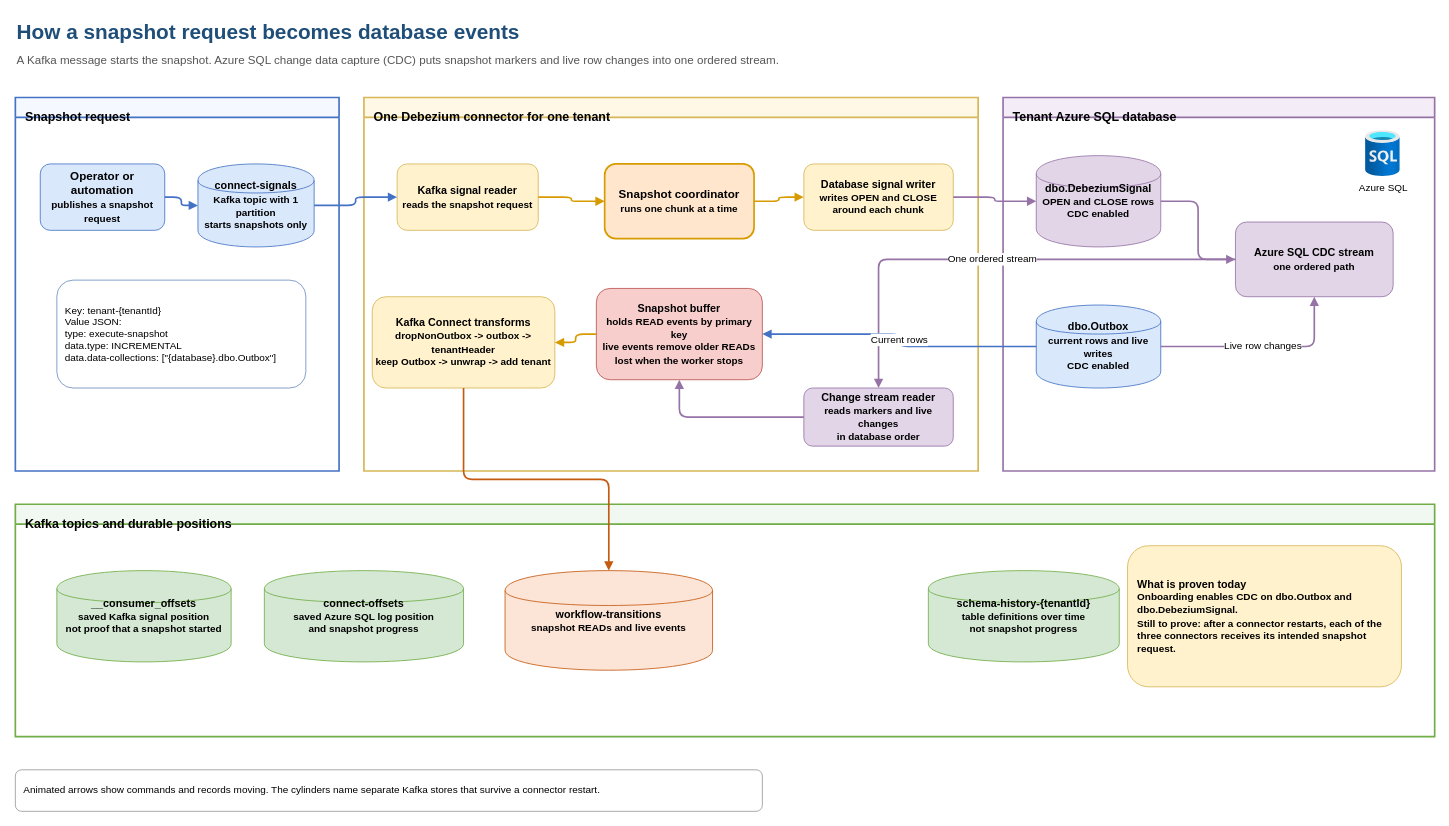
Before: docs/diagrams/incremental-snapshot-channels.drawio in collaborationwithothers/cdc-platform-azure, a draw.io diagram. Source tidied: cells renumbered, new cells numbered last; positions are measured from the earlier drawing's top-left corner, leaving out a move shared by most shapes. Both pictures are drawn from the tidied source at 83%, with x=0, y=0 at pixel (15, 14).
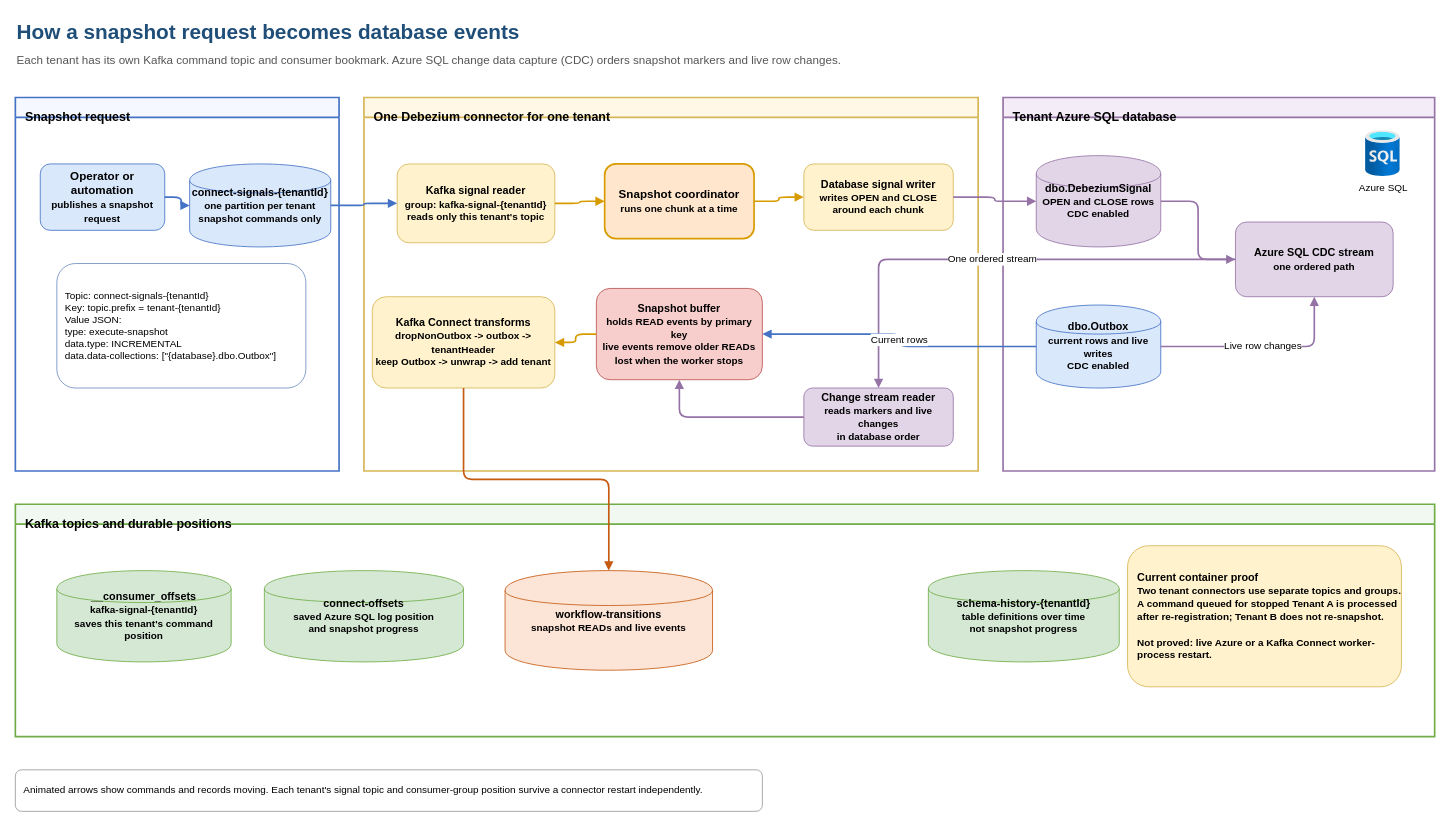
The same diagram, later.

Commit message (it also covers changes not shown here):
Align signal isolation diagrams and test guide

The change refers to these unchanged cells:
```xml
<mxCell id="4" value="Snapshot request" style="swimlane;startSize=24;whiteSpace=wrap;html=1;fillColor=#f5f9ff;strokeColor=#4472c4;strokeWidth=2;verticalAlign=top;align=left;spacingLeft=10;spacingTop=8;fontSize=15;fontStyle=1;" parent="1" vertex="1">
  <mxGeometry y="100" width="390" height="450" as="geometry" />
</mxCell>
<mxCell id="5" value="One Debezium connector for one tenant" style="swimlane;startSize=24;whiteSpace=wrap;html=1;fillColor=#fff8e6;strokeColor=#d6b656;strokeWidth=2;verticalAlign=top;align=left;spacingLeft=10;spacingTop=8;fontSize=15;fontStyle=1;" parent="1" vertex="1">
  <mxGeometry x="420" y="100" width="740" height="450" as="geometry" />
</mxCell>
<mxCell id="19" value="Kafka topics and durable positions" style="swimlane;startSize=24;whiteSpace=wrap;html=1;fillColor=#f1f8f1;strokeColor=#70ad47;strokeWidth=2;verticalAlign=top;align=left;spacingLeft=10;spacingTop=8;fontSize=15;fontStyle=1;" parent="1" vertex="1">
  <mxGeometry y="590" width="1710" height="280" as="geometry" />
</mxCell>
```

What changed in the source:
```diff
@@
-    <mxCell id="3" value="A Kafka message starts the snapshot. Azure SQL change data capture (CDC) puts snapshot markers and live row changes into one ordered stream." style="text;html=1;align=left;verticalAlign=middle;fontSize=14;fontColor=#555555;" parent="1" vertex="1">
+    <mxCell id="3" value="Each tenant has its own Kafka command topic and consumer bookmark. Azure SQL change data capture (CDC) orders snapshot markers and live row changes." style="text;html=1;align=left;verticalAlign=middle;fontSize=14;fontColor=#555555;" parent="1" vertex="1">
       <mxGeometry y="40" width="1300" height="30" as="geometry" />
     </mxCell>
@@
-    <mxCell id="8" value="connect-signals&lt;br&gt;&lt;font style=&quot;font-size:12px&quot;&gt;Kafka topic with 1 partition&lt;br&gt;starts snapshots only&lt;/font&gt;" style="shape=cylinder;whiteSpace=wrap;html=1;fillColor=#dae8fc;strokeColor=#4472c4;fontSize=13;fontStyle=1;" parent="4" vertex="1">
-      <mxGeometry x="220" y="80" width="140" height="100" as="geometry" />
+    <mxCell id="8" value="connect-signals-{tenantId}&lt;br&gt;&lt;font style=&quot;font-size:12px&quot;&gt;one partition per tenant&lt;br&gt;snapshot commands only&lt;/font&gt;" style="shape=cylinder;whiteSpace=wrap;html=1;fillColor=#dae8fc;strokeColor=#4472c4;fontSize=13;fontStyle=1;" parent="4" vertex="1">
+      <mxGeometry x="210" y="80" width="170" height="100" as="geometry" />
     </mxCell>
-    <mxCell id="9" value="Key: tenant-{tenantId}&lt;br&gt;Value JSON:&lt;br&gt;type: execute-snapshot&lt;br&gt;data.type: INCREMENTAL&lt;br&gt;data.data-collections: [&quot;{database}.dbo.Outbox&quot;]" style="rounded=1;whiteSpace=wrap;html=1;fillColor=#ffffff;strokeColor=#6c8ebf;fontSize=12;align=left;spacingLeft=8;" parent="4" vertex="1">
-      <mxGeometry x="50" y="220" width="300" height="130" as="geometry" />
+    <mxCell id="9" value="Topic: connect-signals-{tenantId}&lt;br&gt;Key: topic.prefix = tenant-{tenantId}&lt;br&gt;Value JSON:&lt;br&gt;type: execute-snapshot&lt;br&gt;data.type: INCREMENTAL&lt;br&gt;data.data-collections: [&quot;{database}.dbo.Outbox&quot;]" style="rounded=1;whiteSpace=wrap;html=1;fillColor=#ffffff;strokeColor=#6c8ebf;fontSize=12;align=left;spacingLeft=8;" parent="4" vertex="1">
+      <mxGeometry x="50" y="200" width="300" height="150" as="geometry" />
     </mxCell>
-    <mxCell id="10" value="Kafka signal reader&lt;br&gt;&lt;font style=&quot;font-size:12px&quot;&gt;reads the snapshot request&lt;/font&gt;" style="rounded=1;whiteSpace=wrap;html=1;fillColor=#fff2cc;strokeColor=#d6b656;fontSize=13;fontStyle=1;" parent="5" vertex="1">
-      <mxGeometry x="40" y="80" width="170" height="80" as="geometry" />
+    <mxCell id="10" value="Kafka signal reader&lt;br&gt;&lt;font style=&quot;font-size:12px&quot;&gt;group: kafka-signal-{tenantId}&lt;br&gt;reads only this tenant's topic&lt;/font&gt;" style="rounded=1;whiteSpace=wrap;html=1;fillColor=#fff2cc;strokeColor=#d6b656;fontSize=13;fontStyle=1;" parent="5" vertex="1">
+      <mxGeometry x="40" y="80" width="190" height="95" as="geometry" />
     </mxCell>
@@
-    <mxCell id="20" value="__consumer_offsets&lt;br&gt;&lt;font style=&quot;font-size:12px&quot;&gt;saved Kafka signal position&lt;br&gt;not proof that a snapshot started&lt;/font&gt;" style="shape=cylinder;whiteSpace=wrap;html=1;fillColor=#d5e8d4;strokeColor=#70ad47;fontSize=13;fontStyle=1;" parent="19" vertex="1">
+    <mxCell id="20" value="__consumer_offsets&lt;br&gt;&lt;font style=&quot;font-size:12px&quot;&gt;kafka-signal-{tenantId}&lt;br&gt;saves this tenant's command position&lt;/font&gt;" style="shape=cylinder;whiteSpace=wrap;html=1;fillColor=#d5e8d4;strokeColor=#70ad47;fontSize=13;fontStyle=1;" parent="19" vertex="1">
       <mxGeometry x="50" y="80" width="210" height="110" as="geometry" />
     </mxCell>
@@
-    <mxCell id="24" value="What is proven today&lt;br&gt;&lt;font style=&quot;font-size:12px&quot;&gt;Onboarding enables CDC on dbo.Outbox and dbo.DebeziumSignal.&lt;br&gt;Still to prove: after a connector restarts, each of the three connectors receives its intended snapshot request.&lt;/font&gt;" style="rounded=1;whiteSpace=wrap;html=1;fillColor=#fff2cc;strokeColor=#d6b656;fontSize=13;fontStyle=1;align=left;spacingLeft=10;" parent="19" vertex="1">
+    <mxCell id="24" value="Current container proof&lt;br&gt;&lt;font style=&quot;font-size:12px&quot;&gt;Two tenant connectors use separate topics and groups. A command queued for stopped Tenant A is processed after re-registration; Tenant B does not re-snapshot.&lt;br&gt;&lt;br&gt;Not proved: live Azure or a Kafka Connect worker-process restart.&lt;/font&gt;" style="rounded=1;whiteSpace=wrap;html=1;fillColor=#fff2cc;strokeColor=#d6b656;fontSize=13;fontStyle=1;align=left;spacingLeft=10;" parent="19" vertex="1">
       <mxGeometry x="1340" y="50" width="330" height="170" as="geometry" />
     </mxCell>
@@
-    <mxCell id="37" value="Animated arrows show commands and records moving. The cylinders name separate Kafka stores that survive a connector restart." style="rounded=1;whiteSpace=wrap;html=1;fillColor=#ffffff;strokeColor=#999999;fontSize=12;align=left;spacingLeft=8;" parent="1" vertex="1">
+    <mxCell id="37" value="Animated arrows show commands and records moving. Each tenant's signal topic and consumer-group position survive a connector restart independently." style="rounded=1;whiteSpace=wrap;html=1;fillColor=#ffffff;strokeColor=#999999;fontSize=12;align=left;spacingLeft=8;" parent="1" vertex="1">
       <mxGeometry y="910" width="900" height="50" as="geometry" />
     </mxCell>
```
